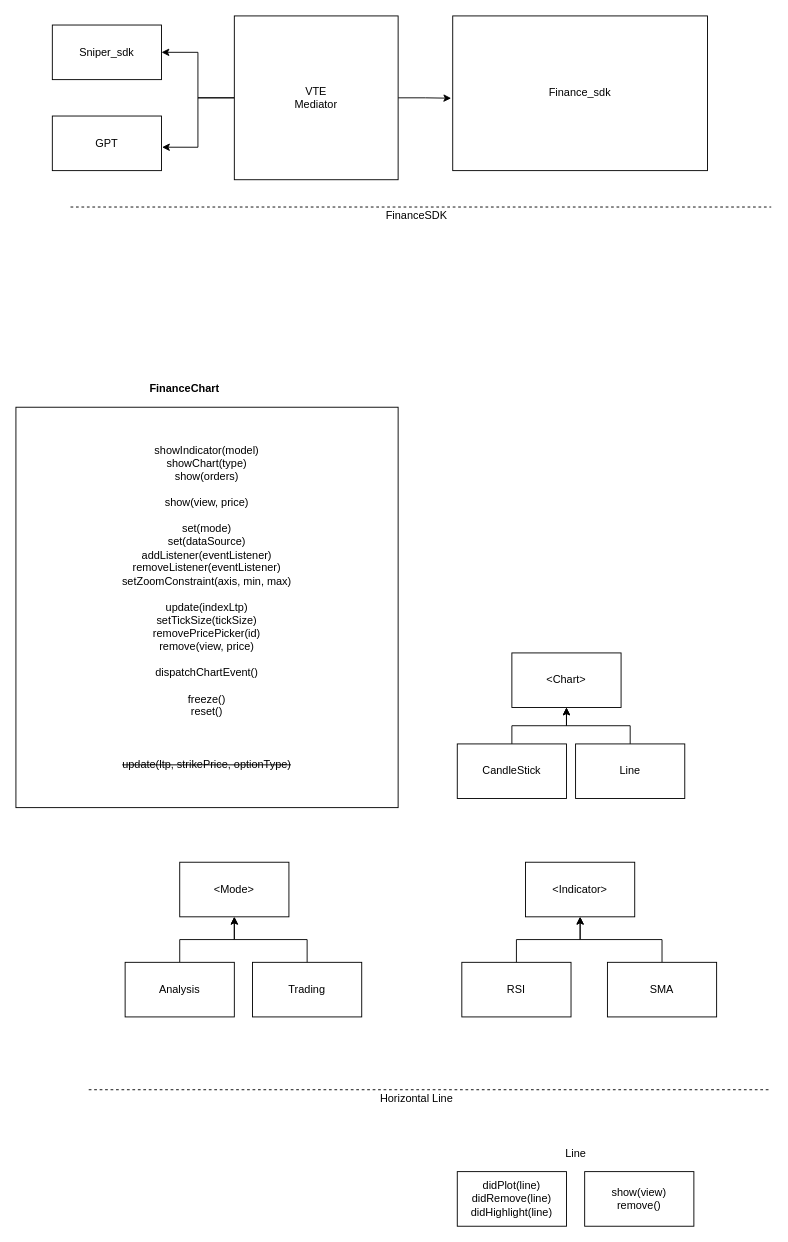
The draw.io diagram GPT HLD.drawio.xml in manish026/dependency_diagrams, before the edit. Source tidied: cells renumbered, new cells numbered last; positions are measured from the earlier drawing's top-left corner, leaving out a move shared by most shapes. Both pictures are drawn from the tidied source at 91%, with x=0, y=0 at pixel (15, 15).
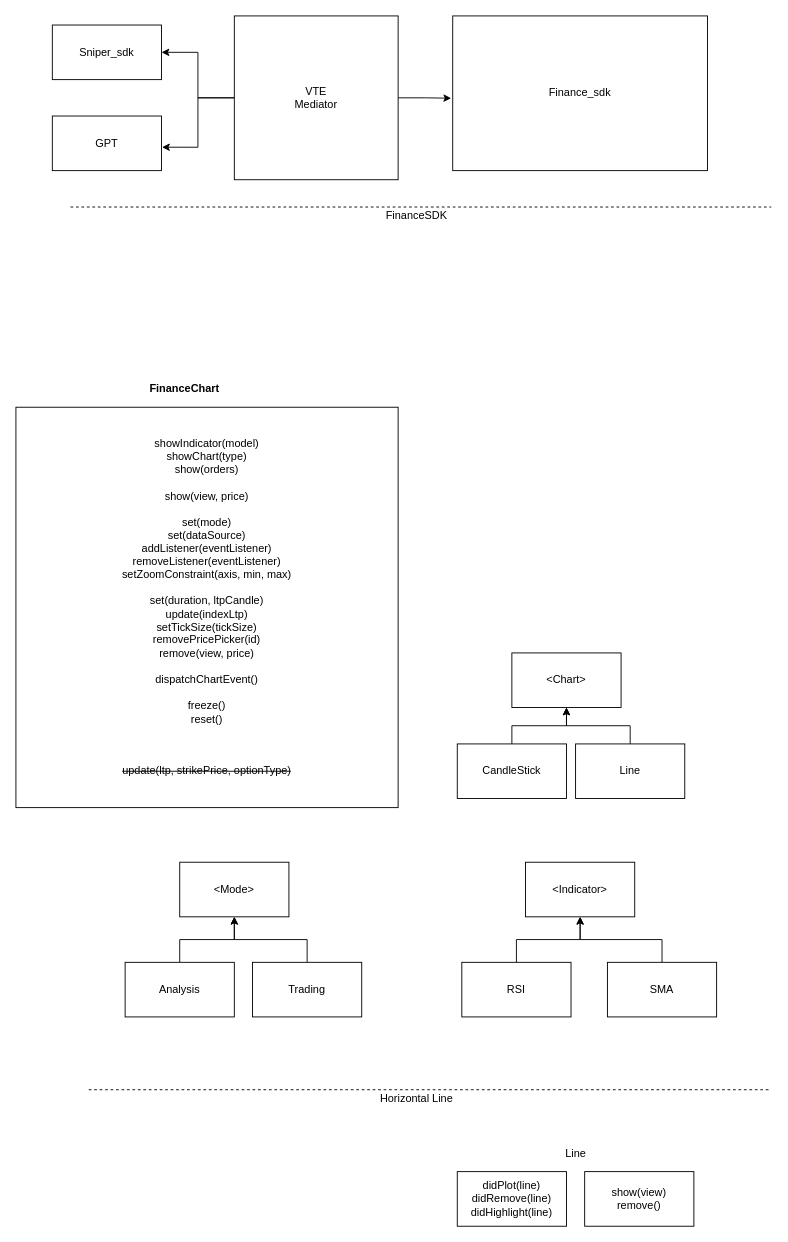
The same diagram, later.

The change refers to these unchanged cells:
```xml
<mxCell id="36" style="group;" parent="1" vertex="1">
  <mxGeometry y="400" width="420" height="470" as="geometry" />
</mxCell>
```

The edit, as a diff of the source:
```diff
@@
-    <mxCell id="37" value="showIndicator(model)&lt;br&gt;showChart(type)&lt;br&gt;show(orders)&lt;br&gt;&lt;br&gt;show(view, price)&lt;br&gt;&lt;br&gt;set(mode)&lt;br&gt;set(dataSource)&lt;br&gt;addListener(eventListener)&lt;br&gt;removeListener(eventListener)&lt;br&gt;setZoomConstraint(axis, min, max)&lt;br&gt;&lt;br&gt;update(indexLtp)&lt;br&gt;setTickSize(tickSize)&lt;br&gt;removePricePicker(id)&lt;br&gt;remove(view, price)&lt;br&gt;&lt;br&gt;dispatchChartEvent()&lt;br&gt;&lt;br&gt;freeze()&lt;br&gt;reset()&lt;br&gt;&lt;br&gt;&lt;br&gt;&lt;br&gt;&lt;strike&gt;update(ltp, strikePrice, optionType)&lt;/strike&gt;" style="whiteSpace=wrap;html=1;" parent="36" vertex="1">
+    <mxCell id="37" value="showIndicator(model)&lt;br&gt;showChart(type)&lt;br&gt;show(orders)&lt;br&gt;&lt;br&gt;show(view, price)&lt;br&gt;&lt;br&gt;set(mode)&lt;br&gt;set(dataSource)&lt;br&gt;addListener(eventListener)&lt;br&gt;removeListener(eventListener)&lt;br&gt;setZoomConstraint(axis, min, max)&lt;br&gt;&lt;br&gt;set(duration, ltpCandle)&lt;br&gt;update(indexLtp)&lt;br&gt;setTickSize(tickSize)&lt;br&gt;removePricePicker(id)&lt;br&gt;remove(view, price)&lt;br&gt;&lt;br&gt;dispatchChartEvent()&lt;br&gt;&lt;br&gt;freeze()&lt;br&gt;reset()&lt;br&gt;&lt;br&gt;&lt;br&gt;&lt;br&gt;&lt;strike&gt;update(ltp, strikePrice, optionType)&lt;/strike&gt;" style="whiteSpace=wrap;html=1;" parent="36" vertex="1">
       <mxGeometry y="30" width="420" height="440" as="geometry" />
     </mxCell>
```
